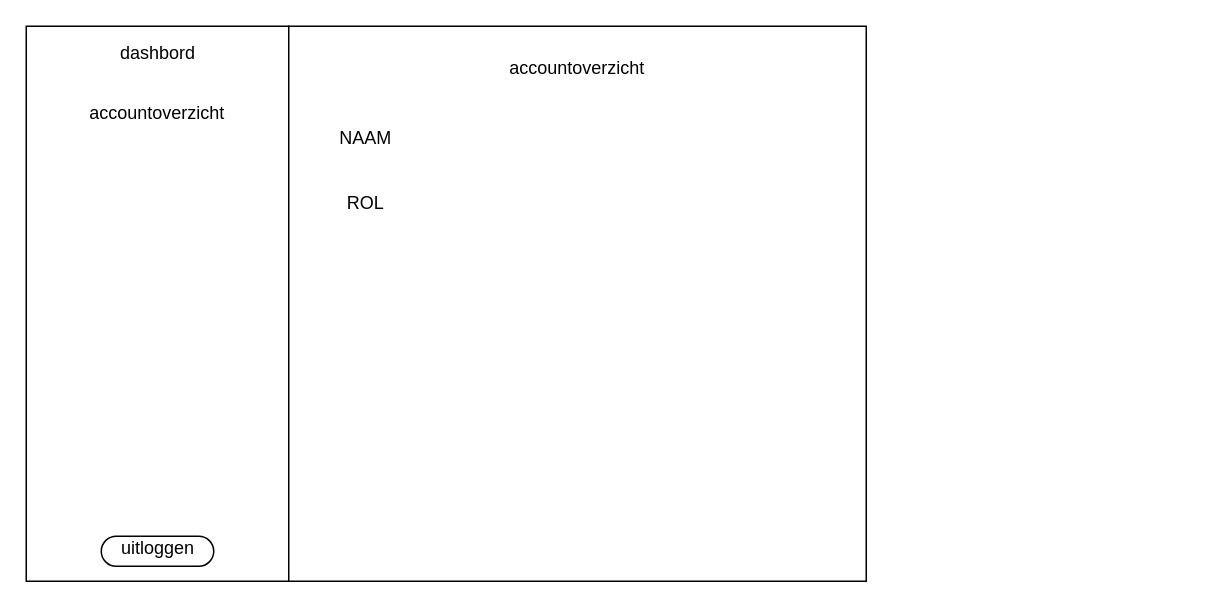
Before: inloggen/uitloggen.drawio in lucas-dw16/theater, a draw.io diagram. Source tidied: cells renumbered, new cells numbered last; positions are measured from the earlier drawing's top-left corner, leaving out a move shared by most shapes. Both pictures are drawn from the tidied source at 150%, with x=0, y=0 at pixel (26, 26).
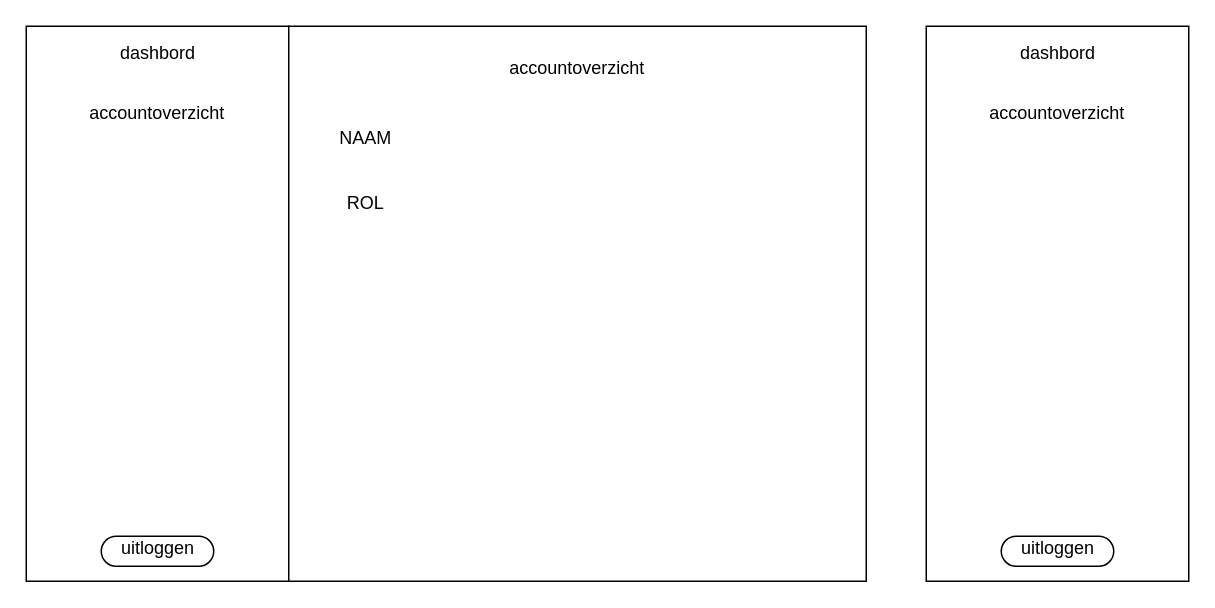
After the change.

Change to the diagram source:
```diff
@@
 <mxGraphModel>
   <root>
     <mxCell id="0" />
     <mxCell id="1" parent="0" />
     <mxCell id="2" style="rounded=0;whiteSpace=wrap;html=1;" parent="1" vertex="1">
       <mxGeometry width="175" height="370" as="geometry" />
     </mxCell>
     <mxCell id="3" style="rounded=1;whiteSpace=wrap;html=1;arcSize=50;" parent="1" vertex="1">
       <mxGeometry x="50" y="340" width="75" height="20" as="geometry" />
     </mxCell>
     <mxCell id="4" value="uitloggen" style="text;html=1;align=center;verticalAlign=middle;whiteSpace=wrap;rounded=0;" parent="1" vertex="1">
       <mxGeometry x="57.5" y="340" width="60" height="15" as="geometry" />
     </mxCell>
     <mxCell id="5" value="dashbord" style="text;html=1;align=center;verticalAlign=middle;whiteSpace=wrap;rounded=0;" parent="1" vertex="1">
       <mxGeometry x="57.5" y="10" width="60" height="15" as="geometry" />
     </mxCell>
     <mxCell id="6" value="accountoverzicht" style="text;html=1;align=center;verticalAlign=middle;whiteSpace=wrap;rounded=0;" parent="1" vertex="1">
       <mxGeometry x="36.2" y="50" width="102.5" height="15" as="geometry" />
     </mxCell>
     <mxCell id="7" style="rounded=0;whiteSpace=wrap;html=1;" parent="1" vertex="1">
       <mxGeometry x="175" width="385" height="370" as="geometry" />
     </mxCell>
     <mxCell id="8" value="accountoverzicht" style="text;html=1;align=center;verticalAlign=middle;whiteSpace=wrap;rounded=0;" parent="1" vertex="1">
       <mxGeometry x="316.2" y="20" width="102.5" height="15" as="geometry" />
     </mxCell>
     <mxCell id="9" value="NAAM&lt;div&gt;&lt;br&gt;&lt;br&gt;&lt;/div&gt;&lt;div&gt;ROL&lt;/div&gt;&lt;div&gt;&lt;br&gt;&lt;/div&gt;" style="text;html=1;align=center;verticalAlign=middle;whiteSpace=wrap;rounded=0;" parent="1" vertex="1">
       <mxGeometry x="175" y="65" width="102.5" height="75" as="geometry" />
     </mxCell>
+    <mxCell id="10" style="rounded=0;whiteSpace=wrap;html=1;" parent="1" vertex="1">
+      <mxGeometry x="600" width="175" height="370" as="geometry" />
+    </mxCell>
+    <mxCell id="11" style="rounded=1;whiteSpace=wrap;html=1;arcSize=50;" parent="1" vertex="1">
+      <mxGeometry x="650" y="340" width="75" height="20" as="geometry" />
+    </mxCell>
+    <mxCell id="12" value="uitloggen" style="text;html=1;align=center;verticalAlign=middle;whiteSpace=wrap;rounded=0;" parent="1" vertex="1">
+      <mxGeometry x="657.5" y="340" width="60" height="15" as="geometry" />
+    </mxCell>
+    <mxCell id="13" value="dashbord" style="text;html=1;align=center;verticalAlign=middle;whiteSpace=wrap;rounded=0;" parent="1" vertex="1">
+      <mxGeometry x="657.5" y="10" width="60" height="15" as="geometry" />
+    </mxCell>
+    <mxCell id="14" value="accountoverzicht" style="text;html=1;align=center;verticalAlign=middle;whiteSpace=wrap;rounded=0;" parent="1" vertex="1">
+      <mxGeometry x="636.2" y="50" width="102.5" height="15" as="geometry" />
+    </mxCell>
   </root>
 </mxGraphModel>
```
